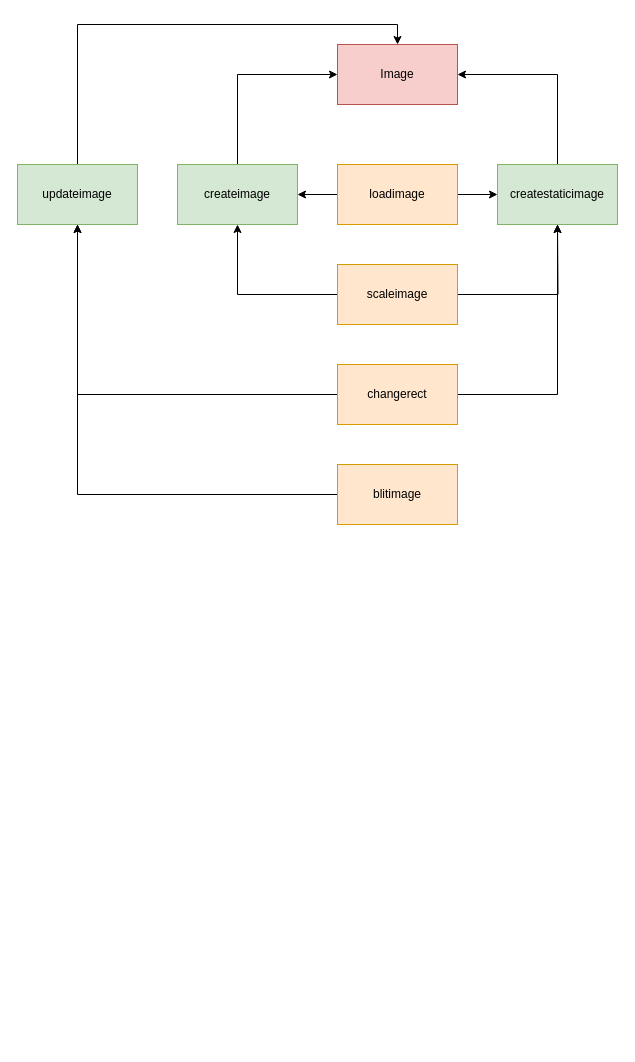
PrettyPlayer/NonameProject keeps this draw.io diagram as Untitled Diagram.drawio. Above is the earlier version. Source tidied: cells renumbered, new cells numbered last; positions are measured from the earlier drawing's top-left corner, leaving out a move shared by most shapes. Both pictures are drawn from the tidied source at 100%, with x=0, y=0 at pixel (17, 44).
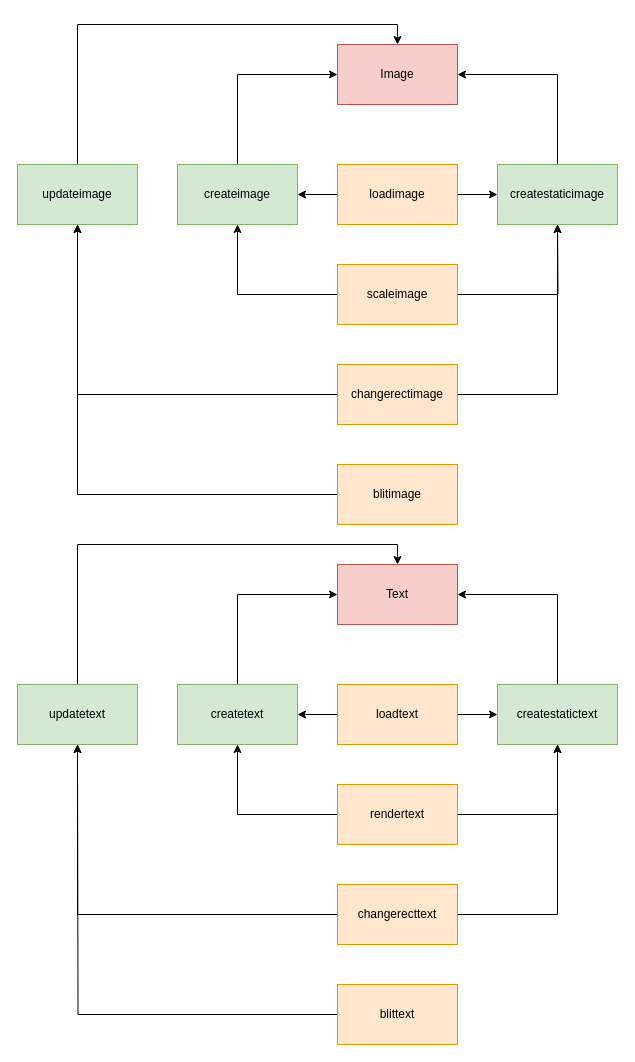
After the change.

The edit, as a diff of the source:
```diff
@@
-    <mxCell id="14" value="changerect" style="rounded=0;whiteSpace=wrap;html=1;fillColor=#ffe6cc;strokeColor=#d79b00;" parent="1" vertex="1">
+    <mxCell id="14" value="changerectimage" style="rounded=0;whiteSpace=wrap;html=1;fillColor=#ffe6cc;strokeColor=#d79b00;" parent="1" vertex="1">
       <mxGeometry x="320" y="320" width="120" height="60" as="geometry" />
     </mxCell>
@@
+    <mxCell id="20" value="Text" style="rounded=0;whiteSpace=wrap;html=1;fillColor=#f8cecc;strokeColor=#b85450;" parent="1" vertex="1">
+      <mxGeometry x="320" y="520" width="120" height="60" as="geometry" />
+    </mxCell>
+    <mxCell id="21" style="edgeStyle=orthogonalEdgeStyle;rounded=0;jettySize=auto;html=1;exitX=0.5;exitY=0;exitDx=0;exitDy=0;entryX=0;entryY=0.5;entryDx=0;entryDy=0;" parent="1" edge="1" source="22" target="20">
+      <mxGeometry relative="1" as="geometry" />
+    </mxCell>
+    <mxCell id="22" value="createtext" style="rounded=0;whiteSpace=wrap;html=1;fillColor=#d5e8d4;strokeColor=#82b366;" parent="1" vertex="1">
+      <mxGeometry x="160" y="640" width="120" height="60" as="geometry" />
+    </mxCell>
+    <mxCell id="23" style="edgeStyle=orthogonalEdgeStyle;rounded=0;jettySize=auto;html=1;exitX=0.5;exitY=0;exitDx=0;exitDy=0;entryX=1;entryY=0.5;entryDx=0;entryDy=0;" parent="1" edge="1" source="24" target="20">
+      <mxGeometry relative="1" as="geometry" />
+    </mxCell>
+    <mxCell id="24" value="createstatictext" style="rounded=0;whiteSpace=wrap;html=1;fillColor=#d5e8d4;strokeColor=#82b366;" parent="1" vertex="1">
+      <mxGeometry x="480" y="640" width="120" height="60" as="geometry" />
+    </mxCell>
+    <mxCell id="25" style="edgeStyle=orthogonalEdgeStyle;rounded=0;jettySize=auto;html=1;exitX=0;exitY=0.5;exitDx=0;exitDy=0;entryX=1;entryY=0.5;entryDx=0;entryDy=0;" parent="1" edge="1" source="27" target="22">
+      <mxGeometry relative="1" as="geometry" />
+    </mxCell>
+    <mxCell id="26" style="edgeStyle=orthogonalEdgeStyle;rounded=0;jettySize=auto;html=1;exitX=1;exitY=0.5;exitDx=0;exitDy=0;entryX=0;entryY=0.5;entryDx=0;entryDy=0;" parent="1" edge="1" source="27" target="24">
+      <mxGeometry relative="1" as="geometry" />
+    </mxCell>
+    <mxCell id="27" value="loadtext" style="rounded=0;whiteSpace=wrap;html=1;fillColor=#ffe6cc;strokeColor=#d79b00;" parent="1" vertex="1">
+      <mxGeometry x="320" y="640" width="120" height="60" as="geometry" />
+    </mxCell>
+    <mxCell id="28" style="edgeStyle=orthogonalEdgeStyle;rounded=0;jettySize=auto;html=1;exitX=1;exitY=0.5;exitDx=0;exitDy=0;entryX=0.5;entryY=1;entryDx=0;entryDy=0;" parent="1" edge="1" source="30" target="24">
+      <mxGeometry relative="1" as="geometry" />
+    </mxCell>
+    <mxCell id="29" style="edgeStyle=orthogonalEdgeStyle;rounded=0;jettySize=auto;html=1;exitX=0;exitY=0.5;exitDx=0;exitDy=0;entryX=0.5;entryY=1;entryDx=0;entryDy=0;" parent="1" edge="1" source="30" target="22">
+      <mxGeometry relative="1" as="geometry" />
+    </mxCell>
+    <mxCell id="30" value="rendertext" style="rounded=0;whiteSpace=wrap;html=1;fillColor=#ffe6cc;strokeColor=#d79b00;" parent="1" vertex="1">
+      <mxGeometry x="320" y="740" width="120" height="60" as="geometry" />
+    </mxCell>
+    <mxCell id="31" style="edgeStyle=orthogonalEdgeStyle;rounded=0;jettySize=auto;html=1;exitX=0.5;exitY=0;exitDx=0;exitDy=0;entryX=0.5;entryY=0;entryDx=0;entryDy=0;" parent="1" edge="1" source="32" target="20">
+      <mxGeometry relative="1" as="geometry" />
+    </mxCell>
+    <mxCell id="32" value="updatetext" style="rounded=0;whiteSpace=wrap;html=1;fillColor=#d5e8d4;strokeColor=#82b366;" parent="1" vertex="1">
+      <mxGeometry y="640" width="120" height="60" as="geometry" />
+    </mxCell>
+    <mxCell id="33" style="edgeStyle=orthogonalEdgeStyle;rounded=0;jettySize=auto;html=1;exitX=0;exitY=0.5;exitDx=0;exitDy=0;entryX=0.5;entryY=1;entryDx=0;entryDy=0;" parent="1" edge="1" source="35" target="32">
+      <mxGeometry relative="1" as="geometry" />
+    </mxCell>
+    <mxCell id="34" style="edgeStyle=orthogonalEdgeStyle;rounded=0;jettySize=auto;html=1;exitX=1;exitY=0.5;exitDx=0;exitDy=0;entryX=0.5;entryY=1;entryDx=0;entryDy=0;" parent="1" edge="1" source="35" target="24">
+      <mxGeometry relative="1" as="geometry" />
+    </mxCell>
+    <mxCell id="35" value="changerecttext" style="rounded=0;whiteSpace=wrap;html=1;fillColor=#ffe6cc;strokeColor=#d79b00;" parent="1" vertex="1">
+      <mxGeometry x="320" y="840" width="120" height="60" as="geometry" />
+    </mxCell>
+    <mxCell id="36" style="edgeStyle=orthogonalEdgeStyle;rounded=0;jettySize=auto;html=1;exitX=0;exitY=0.5;exitDx=0;exitDy=0;" parent="1" edge="1" source="37">
+      <mxGeometry relative="1" as="geometry">
+        <mxPoint x="60" y="700" as="targetPoint" />
+      </mxGeometry>
+    </mxCell>
+    <mxCell id="37" value="blittext" style="rounded=0;whiteSpace=wrap;html=1;fillColor=#ffe6cc;strokeColor=#d79b00;" parent="1" vertex="1">
+      <mxGeometry x="320" y="940" width="120" height="60" as="geometry" />
+    </mxCell>
```
